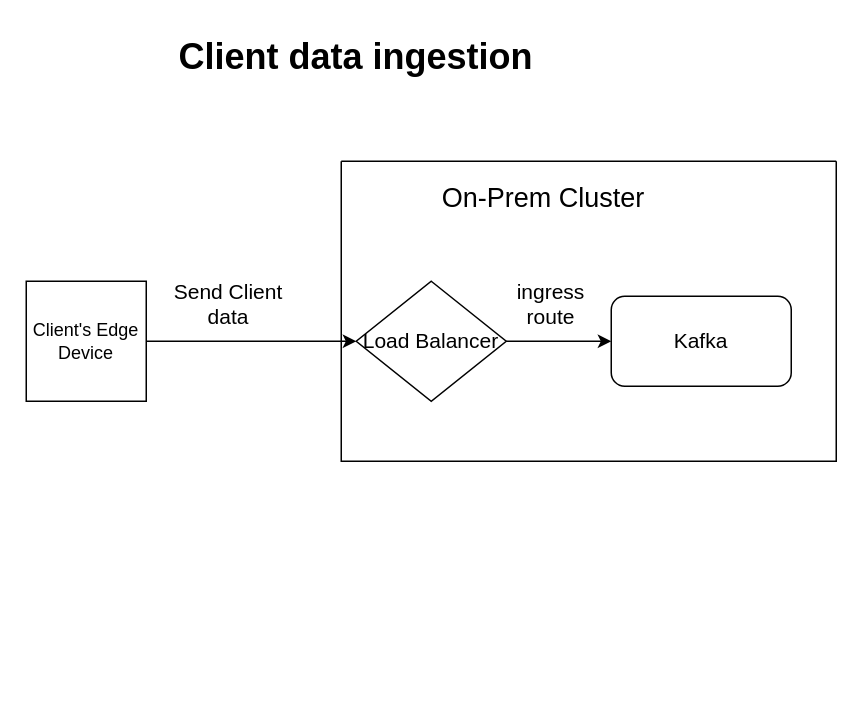
Earlier version of the draw.io diagram diagrams/client-to-kafka.drawio (aNameNobodyChose/Ennetix-resume). Source tidied: cells renumbered, new cells numbered last; positions are measured from the earlier drawing's top-left corner, leaving out a move shared by most shapes. Both pictures are drawn from the tidied source at 150%, with x=0, y=0 at pixel (26, 26).
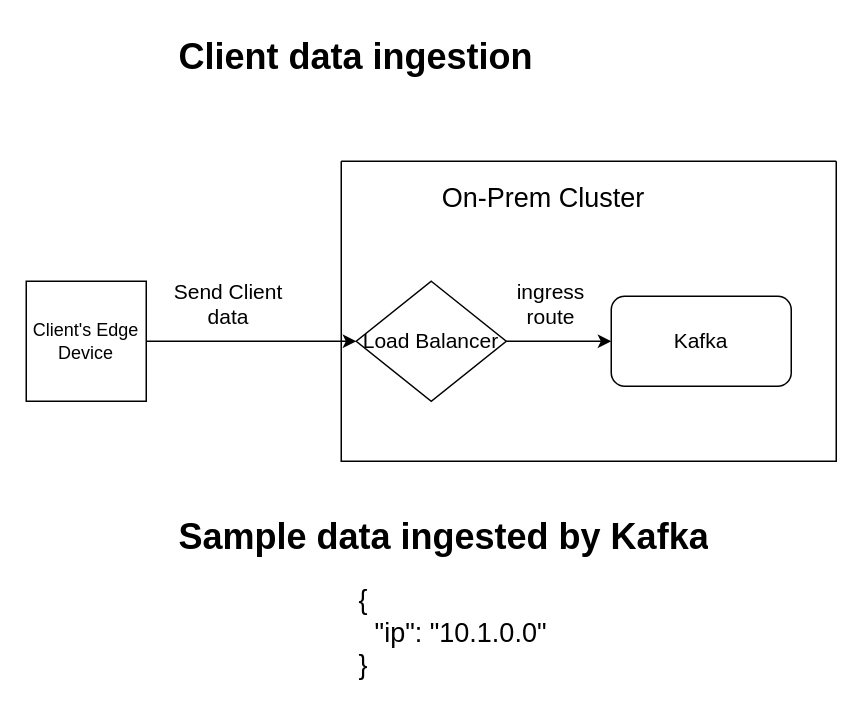
The same page after the edit.

The edit, as a diff of the source:
```diff
@@
 <mxGraphModel>
   <root>
     <mxCell id="0" />
     <mxCell id="1" parent="0" />
     <mxCell id="2" style="edgeStyle=orthogonalEdgeStyle;rounded=0;jettySize=auto;html=1;exitX=1;exitY=0.5;exitDx=0;exitDy=0;" parent="1" edge="1" source="3" target="7">
       <mxGeometry relative="1" as="geometry" />
     </mxCell>
     <mxCell id="3" value="Client's Edge Device" style="whiteSpace=wrap;html=1;" parent="1" vertex="1">
       <mxGeometry y="170" width="80" height="80" as="geometry" />
     </mxCell>
     <mxCell id="4" style="swimlane;startSize=0;" parent="1" vertex="1">
       <mxGeometry x="210" y="90" width="330" height="200" as="geometry" />
     </mxCell>
     <mxCell id="5" value="&lt;font style=&quot;font-size: 18px;&quot;&gt;On-Prem Cluster&lt;/font&gt;" style="text;html=1;align=center;verticalAlign=middle;whiteSpace=wrap;rounded=0;" parent="4" vertex="1">
       <mxGeometry x="50" y="10" width="170" height="30" as="geometry" />
     </mxCell>
     <mxCell id="6" style="edgeStyle=orthogonalEdgeStyle;rounded=0;jettySize=auto;html=1;exitX=1;exitY=0.5;exitDx=0;exitDy=0;entryX=0;entryY=0.5;entryDx=0;entryDy=0;" parent="4" edge="1" source="7" target="8">
       <mxGeometry relative="1" as="geometry" />
     </mxCell>
     <mxCell id="7" value="&lt;font style=&quot;font-size: 14px;&quot;&gt;Load Balancer&lt;/font&gt;" style="rhombus;whiteSpace=wrap;html=1;" parent="4" vertex="1">
       <mxGeometry x="10" y="80" width="100" height="80" as="geometry" />
     </mxCell>
     <mxCell id="8" value="&lt;font style=&quot;font-size: 14px;&quot;&gt;Kafka&lt;/font&gt;" style="rounded=1;whiteSpace=wrap;html=1;" parent="4" vertex="1">
       <mxGeometry x="180" y="90" width="120" height="60" as="geometry" />
     </mxCell>
     <mxCell id="9" value="&lt;font style=&quot;font-size: 14px;&quot;&gt;ingress route&lt;/font&gt;" style="text;html=1;align=center;verticalAlign=middle;whiteSpace=wrap;rounded=0;" parent="4" vertex="1">
       <mxGeometry x="110" y="80" width="60" height="30" as="geometry" />
     </mxCell>
     <mxCell id="10" value="&lt;h1 style=&quot;margin-top: 0px;&quot;&gt;Client data ingestion&lt;/h1&gt;" style="text;html=1;whiteSpace=wrap;overflow=hidden;rounded=0;" parent="1" vertex="1">
       <mxGeometry x="100" width="340" height="40" as="geometry" />
     </mxCell>
     <mxCell id="11" value="&lt;font style=&quot;font-size: 14px;&quot;&gt;Send Client data&lt;/font&gt;" style="text;html=1;align=center;verticalAlign=middle;whiteSpace=wrap;rounded=0;" parent="1" vertex="1">
       <mxGeometry x="90" y="170" width="90" height="30" as="geometry" />
     </mxCell>
+    <mxCell id="12" value="&lt;h1 style=&quot;margin-top: 0px;&quot;&gt;Sample data ingested by Kafka&lt;/h1&gt;" style="text;html=1;whiteSpace=wrap;overflow=hidden;rounded=0;" parent="1" vertex="1">
+      <mxGeometry x="100" y="320" width="390" height="50" as="geometry" />
+    </mxCell>
+    <mxCell id="13" value="&lt;font style=&quot;font-size: 18px;&quot;&gt;{&lt;/font&gt;&lt;div&gt;&lt;font style=&quot;font-size: 18px;&quot;&gt;&amp;nbsp; &amp;nbsp; &amp;nbsp; &amp;nbsp; &amp;nbsp; &amp;nbsp; &amp;nbsp; &amp;nbsp; &amp;nbsp; &amp;nbsp; &amp;nbsp; &amp;nbsp; &amp;nbsp; &quot;ip&quot;: &quot;10.1.0.0&quot;&lt;/font&gt;&lt;/div&gt;&lt;div&gt;&lt;font style=&quot;font-size: 18px;&quot;&gt;}&lt;/font&gt;&lt;/div&gt;" style="text;html=1;align=center;verticalAlign=middle;whiteSpace=wrap;rounded=0;" parent="1" vertex="1">
+      <mxGeometry x="20" y="390" width="410" height="30" as="geometry" />
+    </mxCell>
   </root>
 </mxGraphModel>
```
